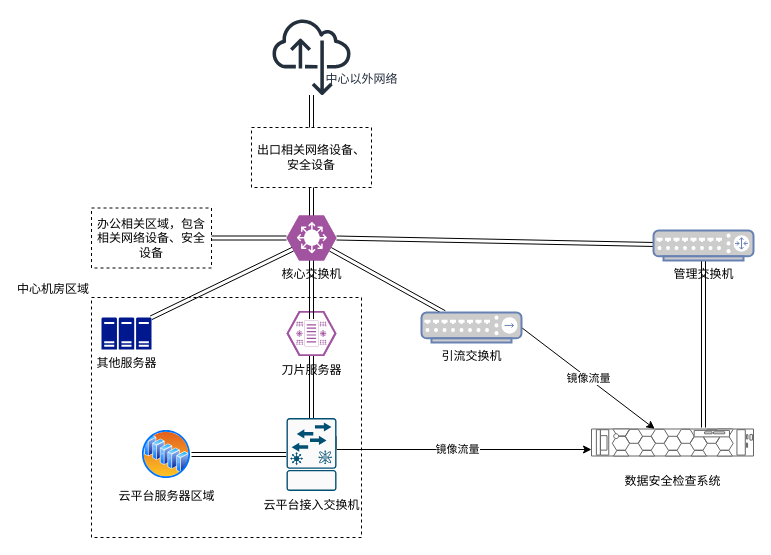
The draw.io diagram 未命名绘图.drawio in xyer-yu/test, before the edit. Source tidied: cells renumbered, new cells numbered last; positions are measured from the earlier drawing's top-left corner, leaving out a move shared by most shapes. Both pictures are drawn from the tidied source at 100%, with x=0, y=0 at pixel (91, 17).
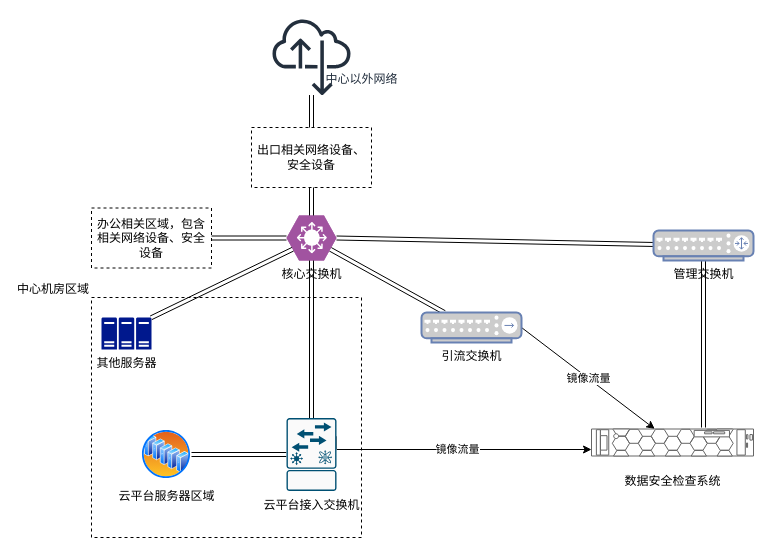
Above is the later version.

Commit message:
更新未命名绘图.drawio

The change refers to these unchanged cells:
```xml
<mxCell id="6" value="核心交换机" style="verticalLabelPosition=bottom;sketch=0;html=1;fillColor=#A153A0;strokeColor=#ffffff;verticalAlign=top;align=center;points=[[0,0.5,0],[0.125,0.25,0],[0.25,0,0],[0.5,0,0],[0.75,0,0],[0.875,0.25,0],[1,0.5,0],[0.875,0.75,0],[0.75,1,0],[0.5,1,0],[0.125,0.75,0]];shape=mxgraph.cisco_safe.compositeIcon;bgIcon=mxgraph.cisco_safe.design.blank_device;resIcon=mxgraph.cisco_safe.design.l3_switch;" parent="1" vertex="1">
  <mxGeometry x="195" y="198" width="50" height="45" as="geometry" />
</mxCell>
<mxCell id="9" value="云平台接入交换机" style="sketch=0;points=[[0.015,0.015,0],[0.985,0.015,0],[0.985,0.985,0],[0.015,0.985,0],[0.25,0,0],[0.5,0,0],[0.75,0,0],[1,0.25,0],[1,0.5,0],[1,0.75,0],[0.75,1,0],[0.5,1,0],[0.25,1,0],[0,0.75,0],[0,0.5,0],[0,0.25,0]];verticalLabelPosition=bottom;html=1;verticalAlign=top;align=center;shape=mxgraph.cisco19.rect;prIcon=fibre_channel_fabric_switch;fillColor=#FAFAFA;strokeColor=#005073;" parent="1" vertex="1">
  <mxGeometry x="195" y="400.5" width="50" height="73" as="geometry" />
</mxCell>
```

Change to the diagram source:
```diff
@@
-    <mxCell id="17" value="刀片服务器" style="verticalLabelPosition=bottom;sketch=0;html=1;fillColor=#A153A0;strokeColor=#ffffff;verticalAlign=top;align=center;points=[[0,0.5,0],[0.125,0.25,0],[0.25,0,0],[0.5,0,0],[0.75,0,0],[0.875,0.25,0],[1,0.5,0],[0.875,0.75,0],[0.75,1,0],[0.5,1,0],[0.125,0.75,0]];shape=mxgraph.cisco_safe.compositeIcon;bgIcon=mxgraph.cisco_safe.design.blank_device;resIcon=mxgraph.cisco_safe.design.blade_server_2;" parent="1" vertex="1">
-      <mxGeometry x="195" y="293.5" width="50" height="45" as="geometry" />
-    </mxCell>
@@
-    <mxCell id="23" style="edgeStyle=none;rounded=0;jettySize=auto;html=1;exitX=0.5;exitY=1;exitDx=0;exitDy=0;exitPerimeter=0;entryX=0.5;entryY=0.178;entryDx=0;entryDy=0;entryPerimeter=0;shape=link;" parent="1" edge="1" source="6" target="17">
+    <mxCell id="23" style="edgeStyle=none;rounded=0;jettySize=auto;html=1;exitX=0.5;exitY=1;exitDx=0;exitDy=0;exitPerimeter=0;shape=link;" parent="1" edge="1" source="6" target="9">
       <mxGeometry relative="1" as="geometry" />
     </mxCell>
-    <mxCell id="24" style="edgeStyle=none;rounded=0;jettySize=auto;html=1;exitX=0.5;exitY=1;exitDx=0;exitDy=0;exitPerimeter=0;entryX=0.5;entryY=0;entryDx=0;entryDy=0;entryPerimeter=0;shape=link;" parent="1" edge="1" source="17" target="9">
-      <mxGeometry relative="1" as="geometry" />
-    </mxCell>
```
